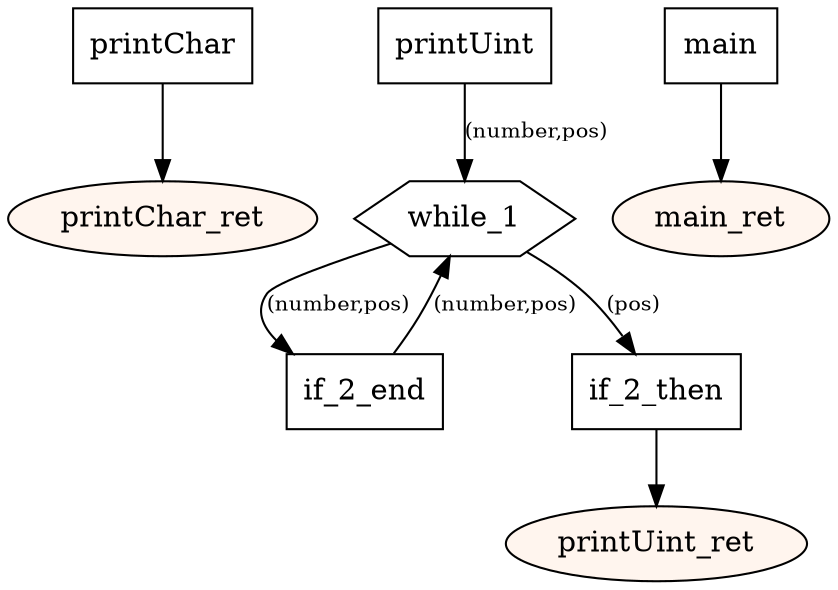
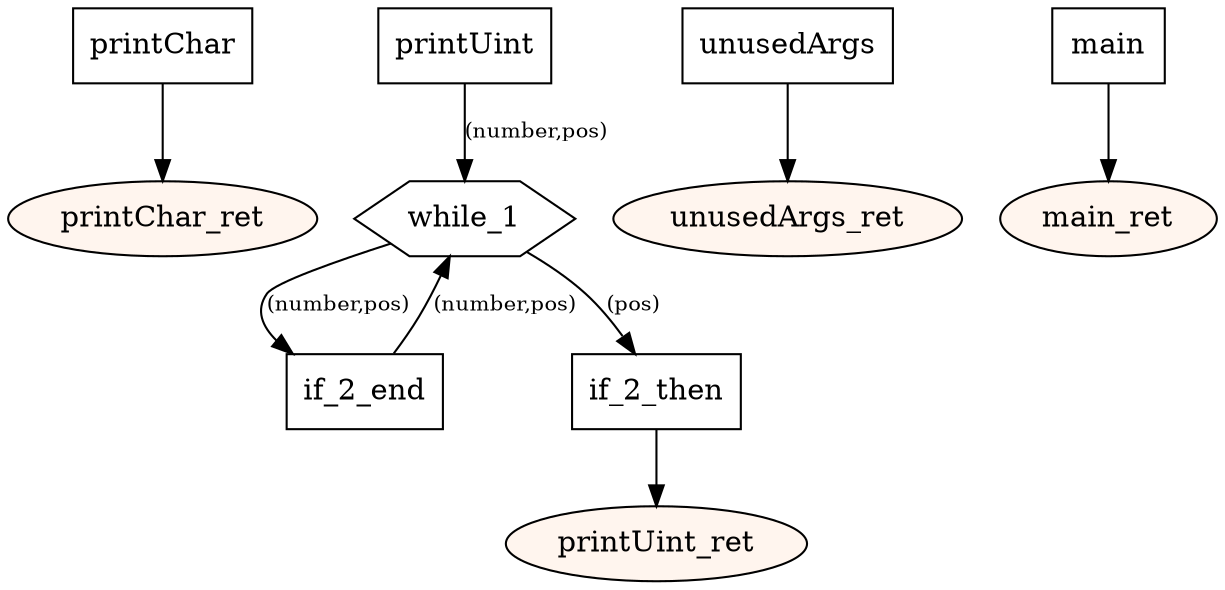
digraph program {
	edge[fontsize="10pt"];
	subgraph fn_printChar {
		BasicBlock_0_printChar [label="printChar",shape=box];
		BasicBlock_0_printChar -> BasicBlock_0_printChar_ret;
		BasicBlock_0_printChar_ret [label="printChar_ret",shape=oval,style=filled,fillcolor="#fff5ee"];
	}
	subgraph fn_printUint {
		BasicBlock_1_printUint [label="printUint",shape=box];
		BasicBlock_1_printUint -> BasicBlock_1_while_1 [label="(number,pos)"];
		BasicBlock_1_if_2_end [label="if_2_end",shape=box];
		BasicBlock_1_if_2_end -> BasicBlock_1_while_1 [label="(number,pos)"];
		BasicBlock_1_while_1 [label="while_1",shape=hexagon];
		BasicBlock_1_while_1 -> BasicBlock_1_if_2_end [label="(number,pos)"];
		BasicBlock_1_while_1 -> BasicBlock_1_if_2_then [label="(pos)"];
		BasicBlock_1_if_2_then [label="if_2_then",shape=box];
		BasicBlock_1_if_2_then -> BasicBlock_1_printUint_ret;
		BasicBlock_1_printUint_ret [label="printUint_ret",shape=oval,style=filled,fillcolor="#fff5ee"];
	}
+ 	subgraph fn_unusedArgs {
+ 		BasicBlock_2_unusedArgs [label="unusedArgs",shape=box];
+ 		BasicBlock_2_unusedArgs -> BasicBlock_2_unusedArgs_ret;
+ 		BasicBlock_2_unusedArgs_ret [label="unusedArgs_ret",shape=oval,style=filled,fillcolor="#fff5ee"];
+ 	}
	subgraph fn_main {
- 		BasicBlock_2_main [label="main",shape=box];
- 		BasicBlock_2_main -> BasicBlock_2_main_ret;
- 		BasicBlock_2_main_ret [label="main_ret",shape=oval,style=filled,fillcolor="#fff5ee"];
+ 		BasicBlock_3_main [label="main",shape=box];
+ 		BasicBlock_3_main -> BasicBlock_3_main_ret;
+ 		BasicBlock_3_main_ret [label="main_ret",shape=oval,style=filled,fillcolor="#fff5ee"];
	}
}
